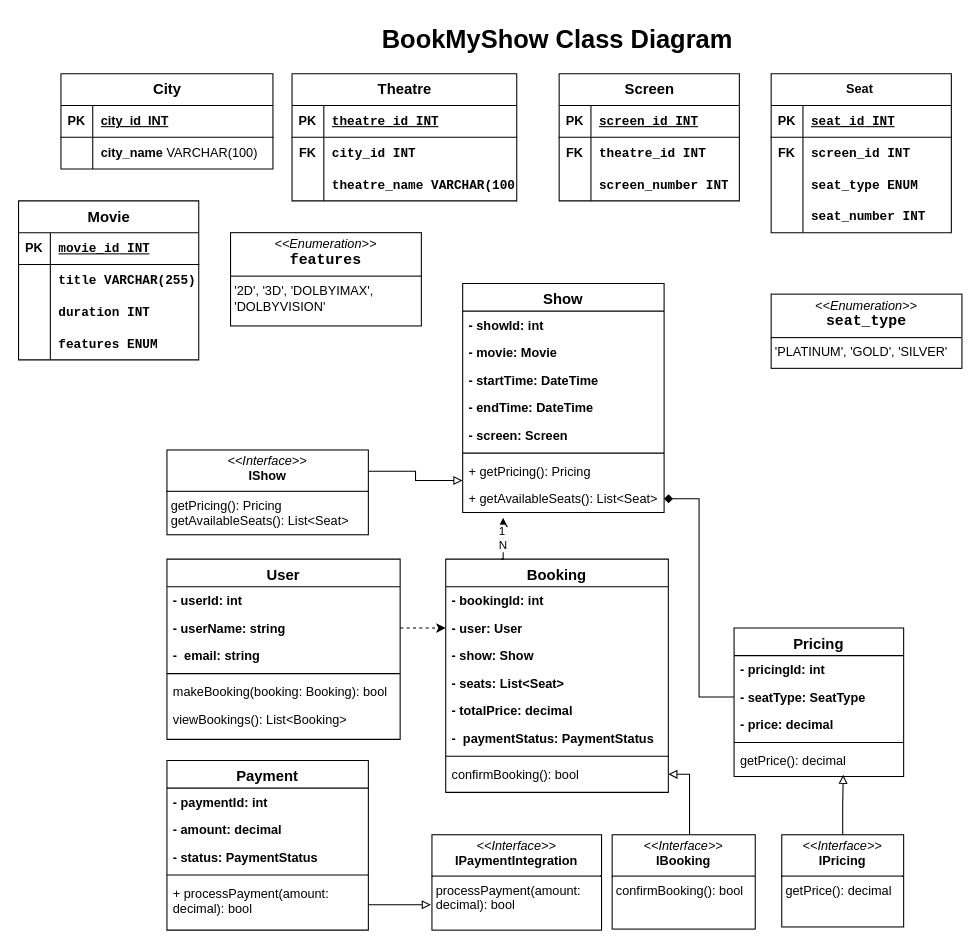
Earlier version of the draw.io diagram BookMyShow Schema Diagram.drawio (geeky-sanjay/class-diagrams). Source tidied: cells renumbered, new cells numbered last; positions are measured from the earlier drawing's top-left corner, leaving out a move shared by most shapes. Both pictures are drawn from the tidied source at 106%, with x=0, y=0 at pixel (18, 18).
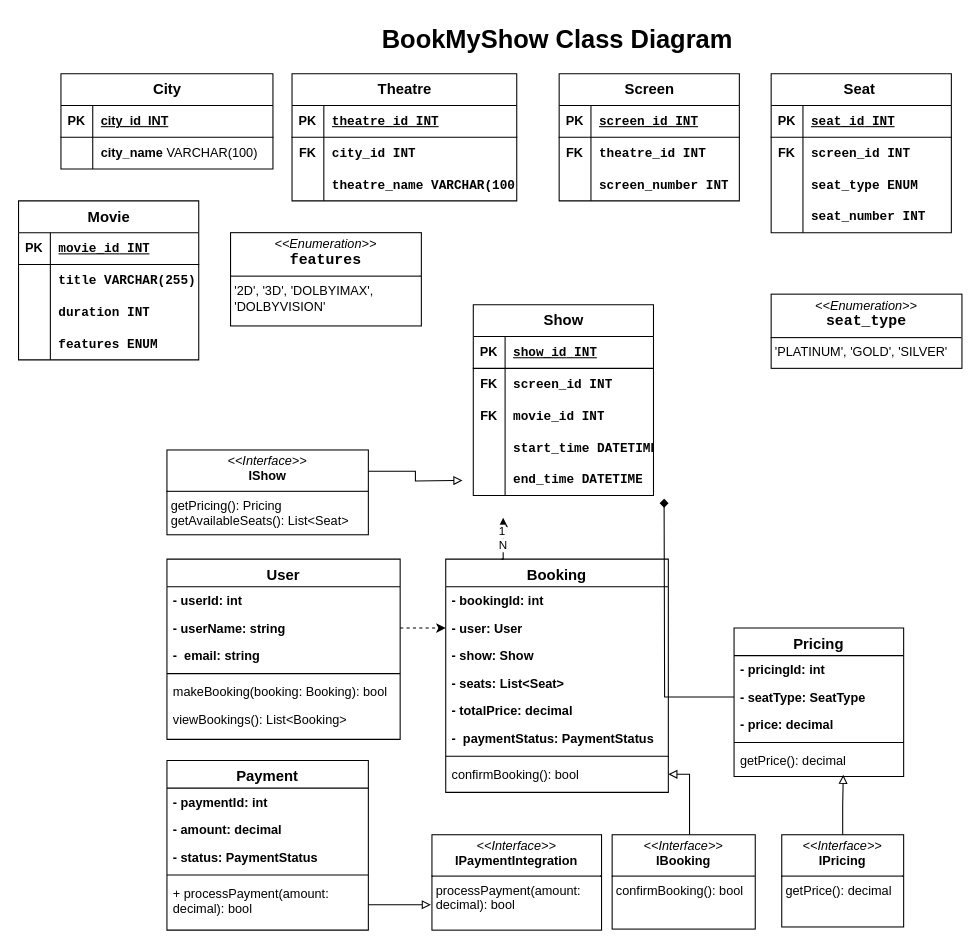
Above is the later version.

Unchanged cells that the change refers to:
```xml
<mxCell id="13" value="- seatType: SeatType" style="text;align=left;verticalAlign=top;spacingLeft=4;spacingRight=4;overflow=hidden;points=[[0,0.5],[1,0.5]];portConstraint=eastwest;rounded=0;shadow=0;html=0;fontStyle=1;" parent="11" vertex="1">
  <mxGeometry y="52" width="160" height="26" as="geometry" />
</mxCell>
<mxCell id="17" value="Booking                               " style="swimlane;fontStyle=1;align=center;verticalAlign=top;horizontal=1;startSize=26;rounded=0;shadow=0;strokeWidth=1;fontSize=14;" parent="1" vertex="1">
  <mxGeometry x="403" y="510" width="210" height="220" as="geometry" />
</mxCell>
<mxCell id="41" value="&lt;p style=&quot;margin:0px;margin-top:4px;text-align:center;&quot;&gt;&lt;i&gt;&amp;lt;&amp;lt;Interface&amp;gt;&amp;gt;&lt;/i&gt;&lt;br&gt;&lt;b&gt;IShow&lt;/b&gt;&lt;/p&gt;&lt;hr size=&quot;1&quot; style=&quot;border-style:solid;&quot;&gt;&lt;p style=&quot;margin:0px;margin-left:4px;&quot;&gt;getPricing(): Pricing&lt;br&gt;&lt;/p&gt;&lt;p style=&quot;margin:0px;margin-left:4px;&quot;&gt;getAvailableSeats(): List&amp;lt;Seat&amp;gt;&lt;br&gt;&lt;/p&gt;" style="verticalAlign=top;align=left;overflow=fill;html=1;whiteSpace=wrap;" parent="1" vertex="1">
  <mxGeometry x="140" y="407" width="190" height="80" as="geometry" />
</mxCell>
```

Diff of the diagram source:
```diff
@@
-    <mxCell id="2" value="Show                       " style="swimlane;fontStyle=1;align=center;verticalAlign=top;horizontal=1;startSize=26;rounded=0;shadow=0;strokeWidth=1;fontSize=14;" parent="1" vertex="1">
-      <mxGeometry x="419" y="250" width="190" height="216" as="geometry" />
-    </mxCell>
-    <mxCell id="3" value="- showId: int " style="text;align=left;verticalAlign=top;spacingLeft=4;spacingRight=4;overflow=hidden;fontStyle=1;" parent="2" vertex="1">
-      <mxGeometry y="26" width="190" height="26" as="geometry" />
-    </mxCell>
-    <mxCell id="4" value="- movie: Movie " style="text;align=left;verticalAlign=top;spacingLeft=4;spacingRight=4;overflow=hidden;rounded=0;shadow=0;html=0;fontStyle=1;" parent="2" vertex="1">
-      <mxGeometry y="52" width="190" height="26" as="geometry" />
-    </mxCell>
-    <mxCell id="5" value="- startTime: DateTime" style="text;align=left;verticalAlign=top;spacingLeft=4;spacingRight=4;overflow=hidden;rounded=0;shadow=0;html=0;fontStyle=1;" parent="2" vertex="1">
-      <mxGeometry y="78" width="190" height="26" as="geometry" />
-    </mxCell>
-    <mxCell id="6" value="- endTime: DateTime" style="text;align=left;verticalAlign=top;spacingLeft=4;spacingRight=4;overflow=hidden;rounded=0;shadow=0;html=0;fontStyle=1;" parent="2" vertex="1">
-      <mxGeometry y="104" width="190" height="26" as="geometry" />
-    </mxCell>
-    <mxCell id="7" value="- screen: Screen" style="text;align=left;verticalAlign=top;spacingLeft=4;spacingRight=4;overflow=hidden;rounded=0;shadow=0;html=0;fontStyle=1;" parent="2" vertex="1">
-      <mxGeometry y="130" width="190" height="26" as="geometry" />
-    </mxCell>
-    <mxCell id="8" style="line;html=1;strokeWidth=1;align=left;verticalAlign=middle;spacingTop=-1;spacingLeft=3;spacingRight=3;labelPosition=right;" parent="2" vertex="1">
-      <mxGeometry y="156" width="190" height="8" as="geometry" />
-    </mxCell>
-    <mxCell id="9" value="+ getPricing(): Pricing" style="text;align=left;verticalAlign=top;spacingLeft=4;spacingRight=4;overflow=hidden;points=[[0,0.5],[1,0.5]];portConstraint=eastwest;rounded=0;shadow=0;html=0;fontStyle=0;" parent="2" vertex="1">
-      <mxGeometry y="164" width="190" height="26" as="geometry" />
-    </mxCell>
-    <mxCell id="10" value="+ getAvailableSeats(): List&lt;Seat&gt;" style="text;align=left;verticalAlign=top;spacingLeft=4;spacingRight=4;overflow=hidden;points=[[0,0.5],[1,0.5]];portConstraint=eastwest;rounded=0;shadow=0;html=0;fontStyle=0;" parent="2" vertex="1">
-      <mxGeometry y="190" width="190" height="26" as="geometry" />
-    </mxCell>
@@
-    <mxCell id="47" style="edgeStyle=orthogonalEdgeStyle;rounded=0;jettySize=auto;html=1;exitX=0.25;exitY=0;exitDx=0;exitDy=0;entryX=0.201;entryY=1.192;entryDx=0;entryDy=0;entryPerimeter=0;" parent="1" edge="1" source="17" target="10">
-      <mxGeometry relative="1" as="geometry" />
+    <mxCell id="47" style="edgeStyle=orthogonalEdgeStyle;rounded=0;jettySize=auto;html=1;exitX=0.25;exitY=0;exitDx=0;exitDy=0;entryX=0.201;entryY=1.192;entryDx=0;entryDy=0;entryPerimeter=0;" parent="1" edge="1" source="17">
+      <mxGeometry relative="1" as="geometry">
+        <mxPoint x="457.2" y="471" as="targetPoint" />
+      </mxGeometry>
     </mxCell>
@@
-    <mxCell id="50" style="edgeStyle=orthogonalEdgeStyle;rounded=0;jettySize=auto;html=1;exitX=0;exitY=0.5;exitDx=0;exitDy=0;entryX=1;entryY=0.5;entryDx=0;entryDy=0;endArrow=diamond;endFill=1;" parent="1" edge="1" source="13" target="10">
-      <mxGeometry relative="1" as="geometry" />
+    <mxCell id="50" style="edgeStyle=orthogonalEdgeStyle;rounded=0;jettySize=auto;html=1;exitX=0;exitY=0.5;exitDx=0;exitDy=0;entryX=1;entryY=0.5;entryDx=0;entryDy=0;endArrow=diamond;endFill=1;" parent="1" edge="1" source="13">
+      <mxGeometry relative="1" as="geometry">
+        <mxPoint x="609" y="453" as="targetPoint" />
+      </mxGeometry>
     </mxCell>
-    <mxCell id="51" style="edgeStyle=orthogonalEdgeStyle;rounded=0;jettySize=auto;html=1;exitX=1;exitY=0.25;exitDx=0;exitDy=0;entryX=-0.001;entryY=0.838;entryDx=0;entryDy=0;entryPerimeter=0;endArrow=block;endFill=0;" parent="1" edge="1" source="41" target="9">
-      <mxGeometry relative="1" as="geometry" />
+    <mxCell id="51" style="edgeStyle=orthogonalEdgeStyle;rounded=0;jettySize=auto;html=1;exitX=1;exitY=0.25;exitDx=0;exitDy=0;entryX=-0.001;entryY=0.838;entryDx=0;entryDy=0;entryPerimeter=0;endArrow=block;endFill=0;" parent="1" edge="1" source="41">
+      <mxGeometry relative="1" as="geometry">
+        <mxPoint x="418.8" y="435.8" as="targetPoint" />
+      </mxGeometry>
     </mxCell>
@@
-    <mxCell id="81" value="Seat&amp;nbsp;" style="shape=table;startSize=30;childLayout=tableLayout;rowLines=0;fontStyle=1;align=center;html=1;" parent="1" vertex="1">
+    <mxCell id="81" value="&lt;font style=&quot;font-size: 14px;&quot;&gt;Seat&amp;nbsp;&lt;/font&gt;" style="shape=table;startSize=30;childLayout=tableLayout;rowLines=0;fontStyle=1;align=center;html=1;" parent="1" vertex="1">
       <mxGeometry x="710" y="52" width="170" height="150" as="geometry" />
     </mxCell>
@@
+    <mxCell id="2" value="&lt;span style=&quot;font-size: 14px;&quot;&gt;Show&lt;/span&gt;" style="shape=table;startSize=30;childLayout=tableLayout;rowLines=0;fontStyle=1;align=center;html=1;" parent="1" vertex="1">
+      <mxGeometry x="429" y="270" width="170" height="180" as="geometry" />
+    </mxCell>
+    <mxCell id="108" style="shape=tableRow;horizontal=0;startSize=0;swimlaneHead=0;swimlaneBody=0;fillColor=none;top=0;left=0;right=0;bottom=1;" parent="2" vertex="1">
+      <mxGeometry y="30" width="170" height="30" as="geometry" />
+    </mxCell>
+    <mxCell id="109" value="PK" style="shape=partialRectangle;fillColor=none;top=0;left=0;bottom=0;right=0;fontStyle=1;overflow=hidden;whiteSpace=wrap;html=1;" parent="108" vertex="1">
+      <mxGeometry width="30" height="30" as="geometry" />
+    </mxCell>
+    <mxCell id="110" value="&lt;code&gt;&lt;code&gt;show_id&lt;/code&gt;&amp;nbsp;INT&lt;/code&gt;" style="shape=partialRectangle;fillColor=none;top=0;left=0;bottom=0;right=0;align=left;spacingLeft=6;fontStyle=5;overflow=hidden;whiteSpace=wrap;html=1;" parent="108" vertex="1">
+      <mxGeometry x="30" width="140" height="30" as="geometry" />
+    </mxCell>
+    <mxCell id="111" style="shape=tableRow;horizontal=0;startSize=0;swimlaneHead=0;swimlaneBody=0;fillColor=none;top=0;left=0;right=0;bottom=0;fontStyle=1;" parent="2" vertex="1">
+      <mxGeometry y="60" width="170" height="30" as="geometry" />
+    </mxCell>
+    <mxCell id="112" value="FK" style="shape=partialRectangle;fillColor=none;top=0;left=0;bottom=0;right=0;overflow=hidden;whiteSpace=wrap;html=1;fontStyle=1;" parent="111" vertex="1">
+      <mxGeometry width="30" height="30" as="geometry" />
+    </mxCell>
+    <mxCell id="113" value="&lt;code&gt;&lt;code&gt;screen_id&lt;/code&gt;&amp;nbsp;INT&lt;/code&gt;" style="shape=partialRectangle;fillColor=none;top=0;left=0;bottom=0;right=0;align=left;spacingLeft=6;overflow=hidden;whiteSpace=wrap;html=1;fontStyle=1;" parent="111" vertex="1">
+      <mxGeometry x="30" width="140" height="30" as="geometry" />
+    </mxCell>
+    <mxCell id="114" style="shape=tableRow;horizontal=0;startSize=0;swimlaneHead=0;swimlaneBody=0;fillColor=none;top=0;left=0;right=0;bottom=0;fontStyle=1;" parent="2" vertex="1">
+      <mxGeometry y="90" width="170" height="30" as="geometry" />
+    </mxCell>
+    <mxCell id="115" value="FK" style="shape=partialRectangle;fillColor=none;top=0;left=0;bottom=0;right=0;overflow=hidden;whiteSpace=wrap;html=1;fontStyle=1;" parent="114" vertex="1">
+      <mxGeometry width="30" height="30" as="geometry" />
+    </mxCell>
+    <mxCell id="116" value="&lt;code&gt;&lt;code&gt;movie_id&lt;/code&gt;&amp;nbsp;INT&lt;/code&gt;" style="shape=partialRectangle;fillColor=none;top=0;left=0;bottom=0;right=0;align=left;spacingLeft=6;overflow=hidden;whiteSpace=wrap;html=1;fontStyle=1;" parent="114" vertex="1">
+      <mxGeometry x="30" width="140" height="30" as="geometry" />
+    </mxCell>
+    <mxCell id="117" style="shape=tableRow;horizontal=0;startSize=0;swimlaneHead=0;swimlaneBody=0;fillColor=none;top=0;left=0;right=0;bottom=0;fontStyle=1;" parent="2" vertex="1">
+      <mxGeometry y="120" width="170" height="30" as="geometry" />
+    </mxCell>
+    <mxCell id="118" style="shape=partialRectangle;fillColor=none;top=0;left=0;bottom=0;right=0;overflow=hidden;whiteSpace=wrap;html=1;fontStyle=1;" parent="117" vertex="1">
+      <mxGeometry width="30" height="30" as="geometry" />
+    </mxCell>
+    <mxCell id="119" value="&lt;code&gt;start_time&amp;nbsp;DATETIME&lt;/code&gt;" style="shape=partialRectangle;fillColor=none;top=0;left=0;bottom=0;right=0;align=left;spacingLeft=6;overflow=hidden;whiteSpace=wrap;html=1;fontStyle=1;" parent="117" vertex="1">
+      <mxGeometry x="30" width="140" height="30" as="geometry" />
+    </mxCell>
+    <mxCell id="120" style="shape=tableRow;horizontal=0;startSize=0;swimlaneHead=0;swimlaneBody=0;fillColor=none;top=0;left=0;right=0;bottom=0;fontStyle=1;" parent="2" vertex="1">
+      <mxGeometry y="150" width="170" height="30" as="geometry" />
+    </mxCell>
+    <mxCell id="121" style="shape=partialRectangle;fillColor=none;top=0;left=0;bottom=0;right=0;overflow=hidden;whiteSpace=wrap;html=1;fontStyle=1;" parent="120" vertex="1">
+      <mxGeometry width="30" height="30" as="geometry" />
+    </mxCell>
+    <mxCell id="122" value="&lt;code&gt;&lt;code&gt;end_time&lt;/code&gt;&amp;nbsp;DATETIME&lt;/code&gt;" style="shape=partialRectangle;fillColor=none;top=0;left=0;bottom=0;right=0;align=left;spacingLeft=6;overflow=hidden;whiteSpace=wrap;html=1;fontStyle=1;" parent="120" vertex="1">
+      <mxGeometry x="30" width="140" height="30" as="geometry" />
+    </mxCell>
```
